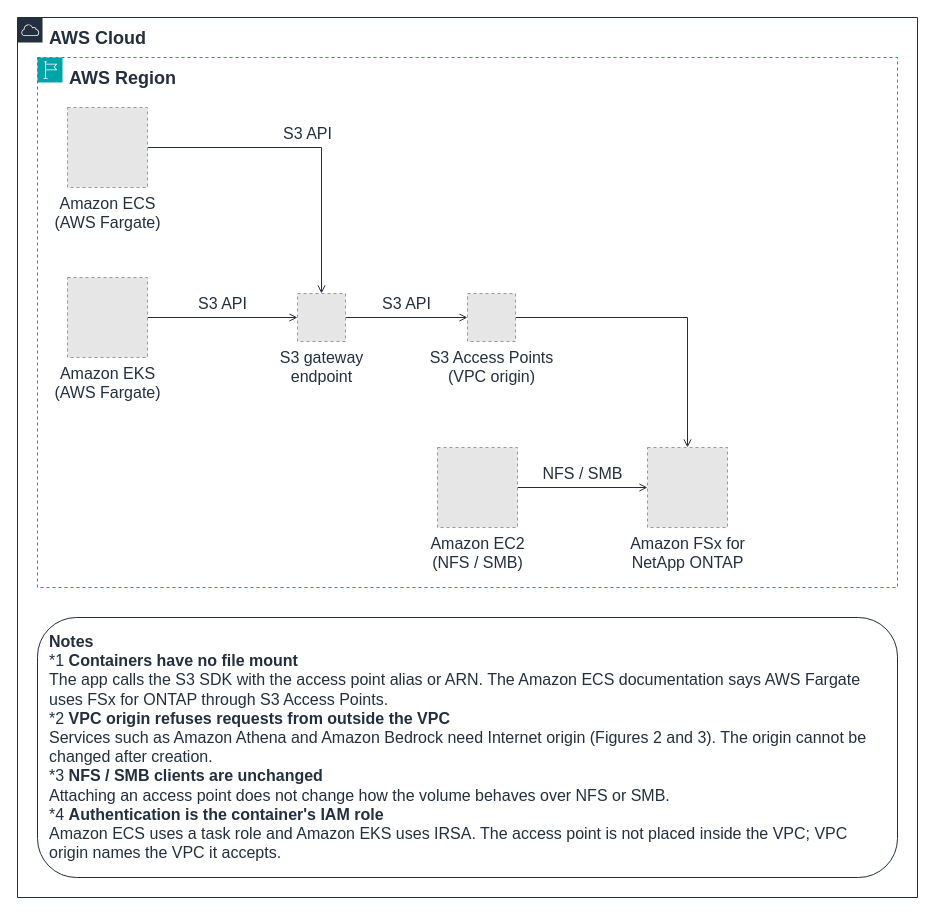
The draw.io diagram docs/_assets/diagrams/s3ap-container-overview-en.drawio in Yoshiki0705/FSx-for-ONTAP-Container-Datastore-Patterns, before the edit. Source tidied: cells renumbered, new cells numbered last; positions are measured from the earlier drawing's top-left corner, leaving out a move shared by most shapes. Both pictures are drawn from the tidied source at 100%, with x=0, y=0 at pixel (17, 17). Pictures stored in the file or linked from it are replaced by grey dashed boxes.
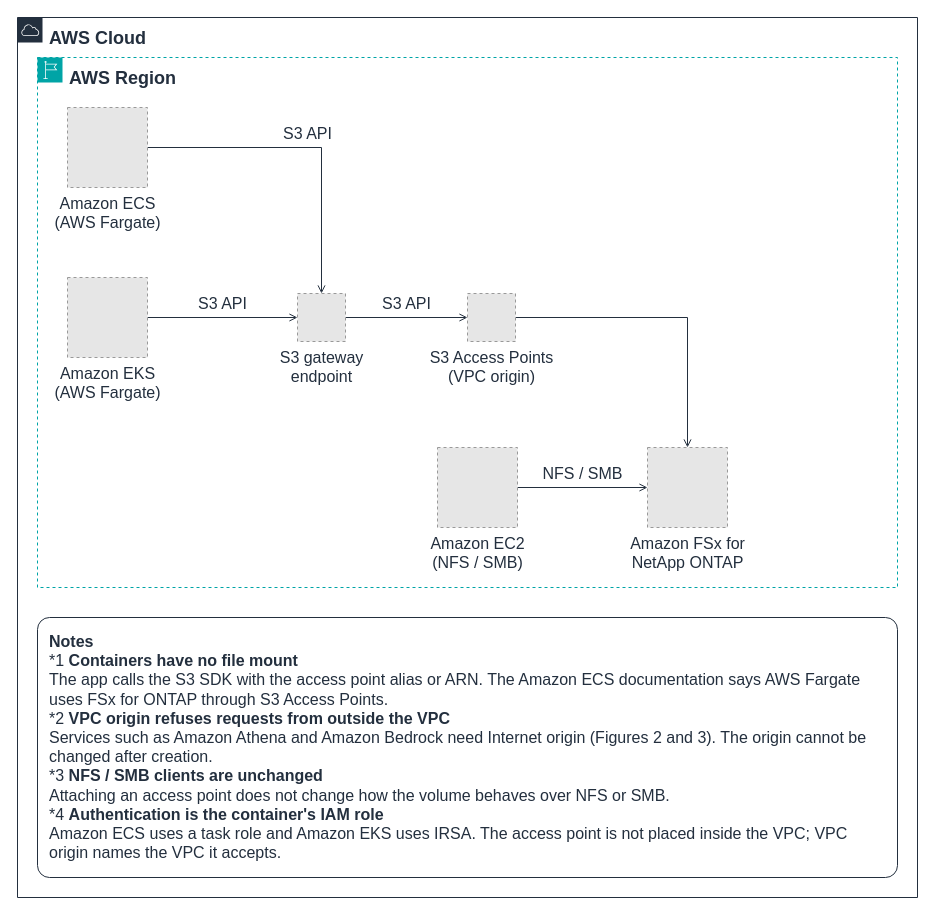
The same diagram, later.

The edit, as a diff of the source:
```diff
@@
 <mxGraphModel background="#FFFFFF">
   <root>
     <mxCell id="0" />
     <mxCell id="1" parent="0" />
     <mxCell id="2" value="S3 API" style="edgeStyle=orthogonalEdgeStyle;rounded=0;html=1;endArrow=open;endFill=0;strokeColor=#232F3E;strokeWidth=1;fontSize=16;fontColor=#232F3E;labelBackgroundColor=#FFFFFF;exitX=1.0;exitY=0.5;exitDx=0;exitDy=0;entryX=0.5;entryY=0.0;entryDx=0;entryDy=0;" parent="1" edge="1" source="10" target="12">
       <mxGeometry relative="1" as="geometry">
         <mxPoint y="-14" as="offset" />
       </mxGeometry>
     </mxCell>
     <mxCell id="3" value="S3 API" style="edgeStyle=orthogonalEdgeStyle;rounded=0;html=1;endArrow=open;endFill=0;strokeColor=#232F3E;strokeWidth=1;fontSize=16;fontColor=#232F3E;labelBackgroundColor=#FFFFFF;exitX=1.0;exitY=0.5;exitDx=0;exitDy=0;entryX=0.0;entryY=0.5;entryDx=0;entryDy=0;" parent="1" edge="1" source="11" target="12">
       <mxGeometry relative="1" as="geometry">
         <mxPoint y="-14" as="offset" />
       </mxGeometry>
     </mxCell>
     <mxCell id="4" value="S3 API" style="edgeStyle=orthogonalEdgeStyle;rounded=0;html=1;endArrow=open;endFill=0;strokeColor=#232F3E;strokeWidth=1;fontSize=16;fontColor=#232F3E;labelBackgroundColor=#FFFFFF;exitX=1.0;exitY=0.5;exitDx=0;exitDy=0;entryX=0.0;entryY=0.5;entryDx=0;entryDy=0;" parent="1" edge="1" source="12" target="13">
       <mxGeometry relative="1" as="geometry">
         <mxPoint y="-14" as="offset" />
       </mxGeometry>
     </mxCell>
     <mxCell id="5" style="edgeStyle=orthogonalEdgeStyle;rounded=0;html=1;endArrow=open;endFill=0;strokeColor=#232F3E;strokeWidth=1;fontSize=16;fontColor=#232F3E;labelBackgroundColor=#FFFFFF;exitX=1.0;exitY=0.5;exitDx=0;exitDy=0;entryX=0.5;entryY=0.0;entryDx=0;entryDy=0;" parent="1" edge="1" source="13" target="14">
       <mxGeometry relative="1" as="geometry" />
     </mxCell>
     <mxCell id="6" value="NFS / SMB" style="edgeStyle=orthogonalEdgeStyle;rounded=0;html=1;endArrow=open;endFill=0;strokeColor=#232F3E;strokeWidth=1;fontSize=16;fontColor=#232F3E;labelBackgroundColor=#FFFFFF;exitX=1.0;exitY=0.5;exitDx=0;exitDy=0;entryX=0.0;entryY=0.5;entryDx=0;entryDy=0;" parent="1" edge="1" source="15" target="14">
       <mxGeometry relative="1" as="geometry">
         <mxPoint y="-14" as="offset" />
       </mxGeometry>
     </mxCell>
     <mxCell id="7" value="AWS Cloud" style="gradientColor=none;html=1;whiteSpace=wrap;fontSize=18;fontStyle=1;fontColor=#232F3E;shape=mxgraph.aws4.group;grIcon=mxgraph.aws4.group_aws_cloud;strokeColor=#232F3E;fillColor=none;verticalAlign=top;align=left;spacingLeft=30;spacingTop=4;dashed=0;labelBackgroundColor=#FFFFFF;" parent="1" vertex="1">
       <mxGeometry width="900" height="880" as="geometry" />
     </mxCell>
     <mxCell id="8" value="AWS Region" style="gradientColor=none;html=1;whiteSpace=wrap;fontSize=18;fontStyle=1;fontColor=#232F3E;shape=mxgraph.aws4.group;grIcon=mxgraph.aws4.group_region;strokeColor=#00A4A6;fillColor=none;verticalAlign=top;align=left;spacingLeft=30;spacingTop=4;dashed=1;labelBackgroundColor=#FFFFFF;" parent="1" vertex="1">
       <mxGeometry x="20" y="40" width="860" height="530" as="geometry" />
     </mxCell>
-    <mxCell id="9" value="&lt;b&gt;Notes&lt;/b&gt;&lt;br&gt;*1 &lt;b&gt;Containers have no file mount&lt;/b&gt;&lt;br&gt;The app calls the S3 SDK with the access point alias or ARN. The Amazon ECS documentation says AWS Fargate uses FSx for ONTAP through S3 Access Points.&lt;br&gt;*2 &lt;b&gt;VPC origin refuses requests from outside the VPC&lt;/b&gt;&lt;br&gt;Services such as Amazon Athena and Amazon Bedrock need Internet origin (Figures 2 and 3). The origin cannot be changed after creation.&lt;br&gt;*3 &lt;b&gt;NFS / SMB clients are unchanged&lt;/b&gt;&lt;br&gt;Attaching an access point does not change how the volume behaves over NFS or SMB.&lt;br&gt;*4 &lt;b&gt;Authentication is the container's IAM role&lt;/b&gt;&lt;br&gt;Amazon ECS uses a task role and Amazon EKS uses IRSA. The access point is not placed inside the VPC; VPC origin names the VPC it accepts." style="rounded=1;whiteSpace=wrap;html=1;strokeColor=#232F3E;fillColor=none;fontColor=#232F3E;fontSize=16;verticalAlign=top;align=left;spacingLeft=10;spacingRight=10;spacingTop=8;" parent="1" vertex="1">
+    <mxCell id="9" value="&lt;b&gt;Notes&lt;/b&gt;&lt;br&gt;*1 &lt;b&gt;Containers have no file mount&lt;/b&gt;&lt;br&gt;The app calls the S3 SDK with the access point alias or ARN. The Amazon ECS documentation says AWS Fargate uses FSx for ONTAP through S3 Access Points.&lt;br&gt;*2 &lt;b&gt;VPC origin refuses requests from outside the VPC&lt;/b&gt;&lt;br&gt;Services such as Amazon Athena and Amazon Bedrock need Internet origin (Figures 2 and 3). The origin cannot be changed after creation.&lt;br&gt;*3 &lt;b&gt;NFS / SMB clients are unchanged&lt;/b&gt;&lt;br&gt;Attaching an access point does not change how the volume behaves over NFS or SMB.&lt;br&gt;*4 &lt;b&gt;Authentication is the container's IAM role&lt;/b&gt;&lt;br&gt;Amazon ECS uses a task role and Amazon EKS uses IRSA. The access point is not placed inside the VPC; VPC origin names the VPC it accepts." style="rounded=1;absoluteArcSize=1;arcSize=24;whiteSpace=wrap;html=1;strokeColor=#232F3E;fillColor=none;fontColor=#232F3E;fontSize=16;verticalAlign=top;align=left;spacingLeft=10;spacingRight=10;spacingTop=8;" parent="1" vertex="1">
       <mxGeometry x="20" y="600" width="860" height="260" as="geometry" />
     </mxCell>
     <mxCell id="10" value="Amazon ECS&lt;br&gt;(AWS Fargate)" style="fillColor=#E6E6E6;strokeColor=#999999;dashed=1;html=1;verticalLabelPosition=bottom;verticalAlign=top;labelPosition=center;align=center;fontSize=16;fontColor=#232F3E;" parent="1" vertex="1">
       <mxGeometry x="50" y="90" width="80" height="80" as="geometry" />
     </mxCell>
     <mxCell id="11" value="Amazon EKS&lt;br&gt;(AWS Fargate)" style="fillColor=#E6E6E6;strokeColor=#999999;dashed=1;html=1;verticalLabelPosition=bottom;verticalAlign=top;labelPosition=center;align=center;fontSize=16;fontColor=#232F3E;" parent="1" vertex="1">
       <mxGeometry x="50" y="260" width="80" height="80" as="geometry" />
     </mxCell>
     <mxCell id="12" value="S3 gateway&lt;br&gt;endpoint" style="fillColor=#E6E6E6;strokeColor=#999999;dashed=1;html=1;verticalLabelPosition=bottom;verticalAlign=top;labelPosition=center;align=center;fontSize=16;fontColor=#232F3E;" parent="1" vertex="1">
       <mxGeometry x="280" y="276" width="48" height="48" as="geometry" />
     </mxCell>
     <mxCell id="13" value="S3 Access Points&lt;br&gt;(VPC origin)" style="fillColor=#E6E6E6;strokeColor=#999999;dashed=1;html=1;verticalLabelPosition=bottom;verticalAlign=top;labelPosition=center;align=center;fontSize=16;fontColor=#232F3E;" parent="1" vertex="1">
       <mxGeometry x="450" y="276" width="48" height="48" as="geometry" />
     </mxCell>
     <mxCell id="14" value="Amazon FSx for&lt;br&gt;NetApp ONTAP" style="fillColor=#E6E6E6;strokeColor=#999999;dashed=1;html=1;verticalLabelPosition=bottom;verticalAlign=top;labelPosition=center;align=center;fontSize=16;fontColor=#232F3E;" parent="1" vertex="1">
       <mxGeometry x="630" y="430" width="80" height="80" as="geometry" />
     </mxCell>
     <mxCell id="15" value="Amazon EC2&lt;br&gt;(NFS / SMB)" style="fillColor=#E6E6E6;strokeColor=#999999;dashed=1;html=1;verticalLabelPosition=bottom;verticalAlign=top;labelPosition=center;align=center;fontSize=16;fontColor=#232F3E;" parent="1" vertex="1">
       <mxGeometry x="420" y="430" width="80" height="80" as="geometry" />
     </mxCell>
   </root>
 </mxGraphModel>
```
